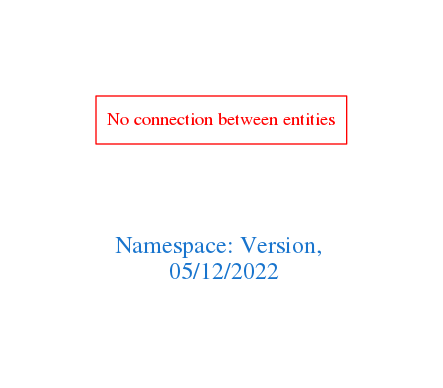
arago/OGIT keeps this Graphviz diagram as downloads/Version.png. Above is the earlier version. Its source is kept beside it as downloads/Version.dot.
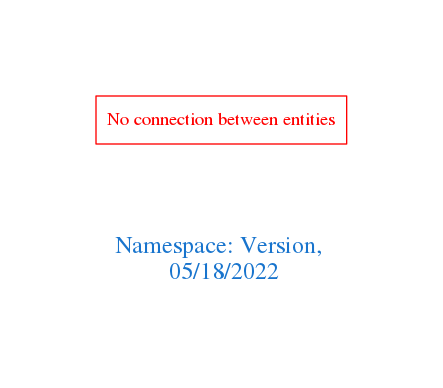
Above is the later version.

The edit, as a diff of the source:
```diff
@@ -1,7 +1,7 @@
 digraph OGIT_ontology {
  graph [ rankdir= LR,pad=1
 fontsize = 18,
-fontcolor= dodgerblue3,label = "\n\n\nNamespace: Version, \n 05/12/2022"];
+fontcolor= dodgerblue3,label = "\n\n\nNamespace: Version, \n 05/18/2022"];
 node[shape=polygon];
 edge [  color="gray81"];
 
```
